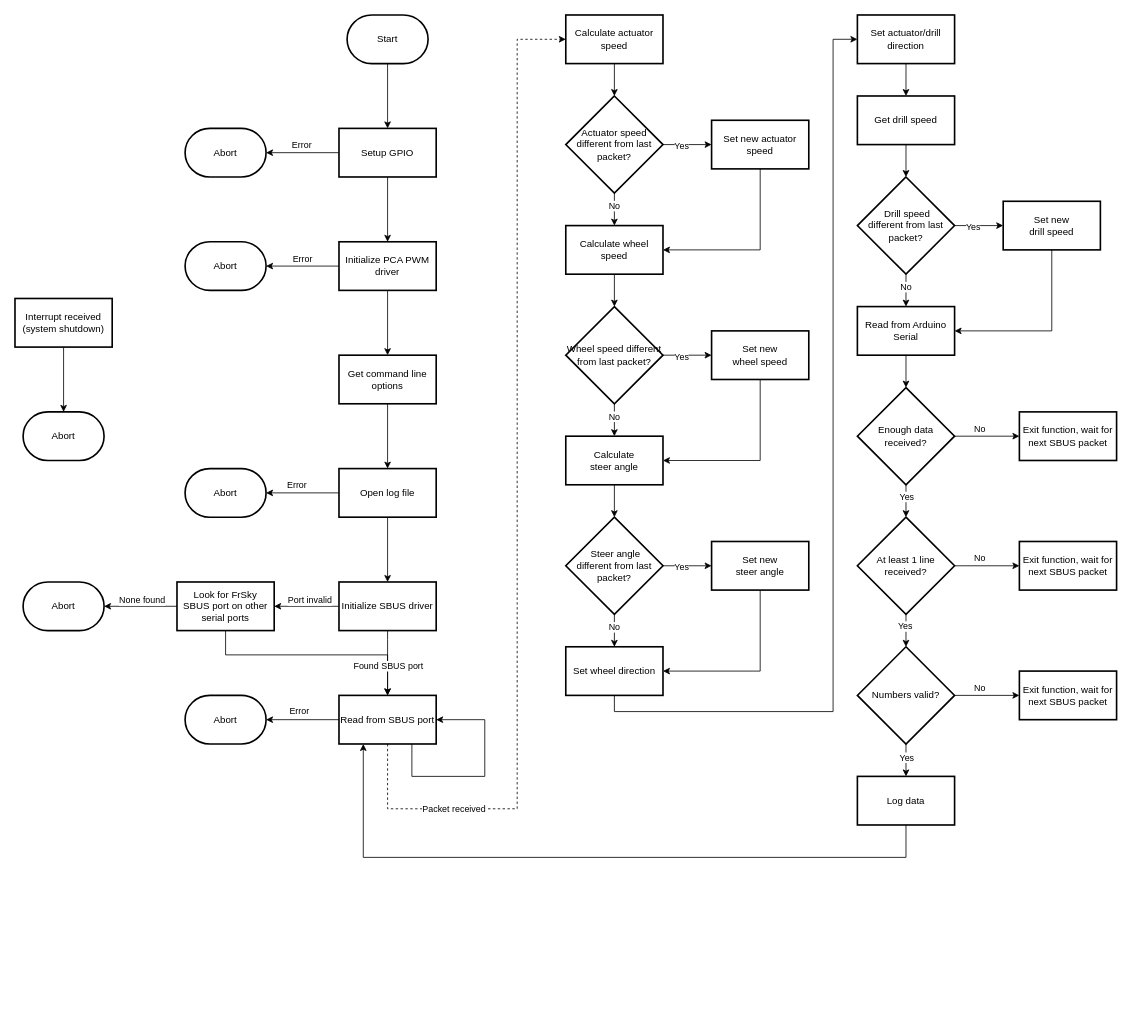
vrr8483/P21321 keeps this draw.io diagram as ROV Code overview.drawio. Above is the earlier version. Source tidied: cells renumbered, new cells numbered last; positions are measured from the earlier drawing's top-left corner, leaving out a move shared by most shapes. Both pictures are drawn from the tidied source at 81%, with x=0, y=0 at pixel (15, 15).
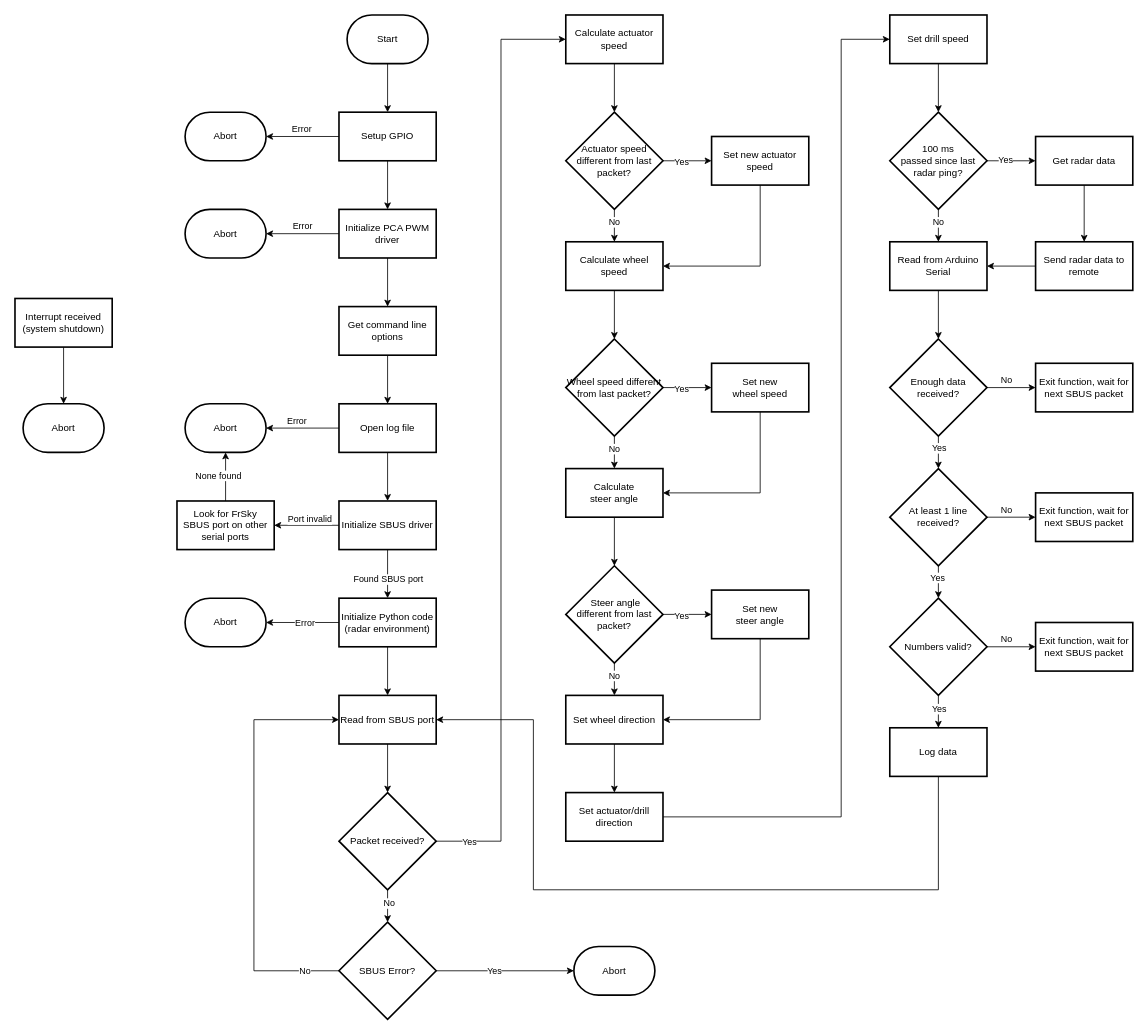
The same diagram, later.

Unchanged cells that the change refers to:
```xml
<mxCell id="33" value="Read from SBUS port" style="whiteSpace=wrap;html=1;strokeWidth=2;" parent="1" vertex="1">
  <mxGeometry x="400" y="840" width="120" height="60" as="geometry" />
</mxCell>
<mxCell id="35" value="Calculate actuator speed" style="whiteSpace=wrap;html=1;strokeWidth=2;" parent="1" vertex="1">
  <mxGeometry x="680" width="120" height="60" as="geometry" />
</mxCell>
<mxCell id="91" style="edgeStyle=orthogonalEdgeStyle;rounded=0;jettySize=auto;html=1;" parent="1" edge="1" source="94" target="96">
  <mxGeometry relative="1" as="geometry" />
</mxCell>
```

Diff of the diagram source:
```diff
@@
     <mxCell id="7" value="Setup GPIO" style="whiteSpace=wrap;html=1;strokeWidth=2;" parent="1" vertex="1">
-      <mxGeometry x="400" y="140" width="120" height="60" as="geometry" />
+      <mxGeometry x="400" y="120" width="120" height="60" as="geometry" />
     </mxCell>
     <mxCell id="8" value="Abort" style="strokeWidth=2;html=1;shape=mxgraph.flowchart.terminator;whiteSpace=wrap;" parent="1" vertex="1">
-      <mxGeometry x="210" y="140" width="100" height="60" as="geometry" />
+      <mxGeometry x="210" y="120" width="100" height="60" as="geometry" />
     </mxCell>
@@
     <mxCell id="12" value="Initialize PCA PWM driver" style="whiteSpace=wrap;html=1;strokeWidth=2;" parent="1" vertex="1">
-      <mxGeometry x="400" y="280" width="120" height="60" as="geometry" />
+      <mxGeometry x="400" y="240" width="120" height="60" as="geometry" />
     </mxCell>
     <mxCell id="13" value="Abort" style="strokeWidth=2;html=1;shape=mxgraph.flowchart.terminator;whiteSpace=wrap;" parent="1" vertex="1">
-      <mxGeometry x="210" y="280" width="100" height="60" as="geometry" />
+      <mxGeometry x="210" y="240" width="100" height="60" as="geometry" />
     </mxCell>
@@
     <mxCell id="15" value="Get command line options" style="whiteSpace=wrap;html=1;strokeWidth=2;" parent="1" vertex="1">
-      <mxGeometry x="400" y="420" width="120" height="60" as="geometry" />
+      <mxGeometry x="400" y="360" width="120" height="60" as="geometry" />
     </mxCell>
@@
     <mxCell id="19" value="Open log file" style="whiteSpace=wrap;html=1;strokeWidth=2;" parent="1" vertex="1">
-      <mxGeometry x="400" y="560" width="120" height="60" as="geometry" />
+      <mxGeometry x="400" y="480" width="120" height="60" as="geometry" />
     </mxCell>
     <mxCell id="20" value="Abort" style="strokeWidth=2;html=1;shape=mxgraph.flowchart.terminator;whiteSpace=wrap;" parent="1" vertex="1">
-      <mxGeometry x="210" y="560" width="100" height="60" as="geometry" />
+      <mxGeometry x="210" y="480" width="100" height="60" as="geometry" />
     </mxCell>
@@
     <mxCell id="23" value="Initialize SBUS driver" style="whiteSpace=wrap;html=1;strokeWidth=2;" parent="1" vertex="1">
-      <mxGeometry x="400" y="700" width="120" height="60" as="geometry" />
+      <mxGeometry x="400" y="600" width="120" height="60" as="geometry" />
     </mxCell>
-    <mxCell id="24" value="Abort" style="strokeWidth=2;html=1;shape=mxgraph.flowchart.terminator;whiteSpace=wrap;" parent="1" vertex="1">
-      <mxGeometry x="10" y="700" width="100" height="60" as="geometry" />
-    </mxCell>
-    <mxCell id="25" style="edgeStyle=orthogonalEdgeStyle;rounded=0;jettySize=auto;html=1;exitX=0;exitY=0.5;exitDx=0;exitDy=0;" parent="1" edge="1" source="28" target="24">
+    <mxCell id="25" style="edgeStyle=orthogonalEdgeStyle;rounded=0;jettySize=auto;html=1;exitX=0.5;exitY=0;exitDx=0;exitDy=0;entryX=0.5;entryY=1;entryDx=0;entryDy=0;entryPerimeter=0;" parent="1" edge="1" source="28" target="20">
       <mxGeometry relative="1" as="geometry" />
     </mxCell>
@@
-    <mxCell id="27" style="edgeStyle=orthogonalEdgeStyle;rounded=0;jettySize=auto;html=1;entryX=0.5;entryY=0;entryDx=0;entryDy=0;exitX=0.5;exitY=1;exitDx=0;exitDy=0;" parent="1" edge="1" source="28" target="33">
-      <mxGeometry relative="1" as="geometry">
-        <Array as="points">
-          <mxPoint x="260" y="790" />
-          <mxPoint x="460" y="790" />
-        </Array>
-      </mxGeometry>
-    </mxCell>
     <mxCell id="28" value="&lt;div&gt;Look for FrSky &lt;br&gt;&lt;/div&gt;&lt;div&gt;SBUS port on other serial ports&lt;/div&gt;" style="whiteSpace=wrap;html=1;strokeWidth=2;" parent="1" vertex="1">
-      <mxGeometry x="200" y="700" width="120" height="60" as="geometry" />
+      <mxGeometry x="200" y="600" width="120" height="60" as="geometry" />
     </mxCell>
-    <mxCell id="29" style="edgeStyle=orthogonalEdgeStyle;rounded=0;jettySize=auto;html=1;dashed=1;exitX=0.5;exitY=1;exitDx=0;exitDy=0;" parent="1" edge="1" source="33" target="35">
-      <mxGeometry relative="1" as="geometry">
-        <Array as="points">
-          <mxPoint x="460" y="980" />
-          <mxPoint x="620" y="980" />
-          <mxPoint x="620" y="30" />
-        </Array>
-      </mxGeometry>
-    </mxCell>
-    <mxCell id="30" value="Packet received" style="edgeLabel;html=1;align=center;verticalAlign=middle;" parent="29" vertex="1">
-      <mxGeometry x="-0.7" y="-1" relative="1" as="geometry">
-        <mxPoint x="-27" y="-1" as="offset" />
-      </mxGeometry>
-    </mxCell>
-    <mxCell id="31" style="edgeStyle=orthogonalEdgeStyle;rounded=0;jettySize=auto;html=1;" parent="1" edge="1" source="33" target="36">
-      <mxGeometry relative="1" as="geometry" />
-    </mxCell>
-    <mxCell id="32" value="Error" style="edgeLabel;html=1;align=center;verticalAlign=middle;" parent="31" vertex="1">
-      <mxGeometry x="-0.27" y="-1" relative="1" as="geometry">
-        <mxPoint x="-17" y="-11" as="offset" />
-      </mxGeometry>
-    </mxCell>
+    <mxCell id="99" style="edgeStyle=orthogonalEdgeStyle;rounded=0;jettySize=auto;html=1;entryX=0.5;entryY=0;entryDx=0;entryDy=0;" parent="1" edge="1" source="33" target="107">
+      <mxGeometry relative="1" as="geometry" />
+    </mxCell>
@@
     <mxCell id="36" value="Abort" style="strokeWidth=2;html=1;shape=mxgraph.flowchart.terminator;whiteSpace=wrap;" parent="1" vertex="1">
-      <mxGeometry x="210" y="840" width="100" height="60" as="geometry" />
+      <mxGeometry x="690" y="1150" width="100" height="60" as="geometry" />
     </mxCell>
-    <mxCell id="37" style="edgeStyle=orthogonalEdgeStyle;rounded=0;orthogonalLoop=1;jettySize=auto;html=1;exitX=0.75;exitY=1;exitDx=0;exitDy=0;entryX=1;entryY=0.5;entryDx=0;entryDy=0;" parent="1" edge="1" source="33" target="33">
-      <mxGeometry relative="1" as="geometry">
-        <Array as="points">
-          <mxPoint x="490" y="940" />
-          <mxPoint x="580" y="940" />
-          <mxPoint x="580" y="870" />
-        </Array>
-      </mxGeometry>
-    </mxCell>
@@
     <mxCell id="40" value="Abort" style="strokeWidth=2;html=1;shape=mxgraph.flowchart.terminator;whiteSpace=wrap;" parent="1" vertex="1">
-      <mxGeometry x="10" y="490" width="100" height="60" as="geometry" />
+      <mxGeometry x="10" y="480" width="100" height="60" as="geometry" />
     </mxCell>
@@
     <mxCell id="45" value="Enough data received?" style="rhombus;whiteSpace=wrap;html=1;strokeWidth=2;" parent="1" vertex="1">
-      <mxGeometry x="1040" y="460" width="120" height="120" as="geometry" />
+      <mxGeometry x="1080" y="400" width="120" height="120" as="geometry" />
     </mxCell>
     <mxCell id="46" value="Exit function, wait for next SBUS packet" style="whiteSpace=wrap;html=1;strokeWidth=2;" parent="1" vertex="1">
-      <mxGeometry x="1240" y="490" width="120" height="60" as="geometry" />
+      <mxGeometry x="1260" y="430" width="120" height="60" as="geometry" />
     </mxCell>
@@
     <mxCell id="49" value="At least 1 line received?" style="rhombus;whiteSpace=wrap;html=1;strokeWidth=2;" parent="1" vertex="1">
-      <mxGeometry x="1040" y="620" width="120" height="120" as="geometry" />
+      <mxGeometry x="1080" y="560" width="120" height="120" as="geometry" />
     </mxCell>
@@
     <mxCell id="52" value="Exit function, wait for next SBUS packet" style="whiteSpace=wrap;html=1;strokeWidth=2;" parent="1" vertex="1">
-      <mxGeometry x="1240" y="650" width="120" height="60" as="geometry" />
+      <mxGeometry x="1260" y="590" width="120" height="60" as="geometry" />
     </mxCell>
@@
     <mxCell id="55" value="Numbers valid?" style="rhombus;whiteSpace=wrap;html=1;strokeWidth=2;" parent="1" vertex="1">
-      <mxGeometry x="1040" y="780" width="120" height="120" as="geometry" />
+      <mxGeometry x="1080" y="720" width="120" height="120" as="geometry" />
     </mxCell>
@@
     <mxCell id="58" value="Exit function, wait for next SBUS packet" style="whiteSpace=wrap;html=1;strokeWidth=2;" parent="1" vertex="1">
-      <mxGeometry x="1240" y="810" width="120" height="60" as="geometry" />
+      <mxGeometry x="1260" y="750" width="120" height="60" as="geometry" />
     </mxCell>
-    <mxCell id="59" style="edgeStyle=orthogonalEdgeStyle;rounded=0;jettySize=auto;html=1;entryX=0.25;entryY=1;entryDx=0;entryDy=0;exitX=0.5;exitY=1;exitDx=0;exitDy=0;" parent="1" edge="1" source="60" target="33">
+    <mxCell id="59" style="edgeStyle=orthogonalEdgeStyle;rounded=0;jettySize=auto;html=1;entryX=1;entryY=0.5;entryDx=0;entryDy=0;exitX=0.5;exitY=1;exitDx=0;exitDy=0;" parent="1" edge="1" source="60" target="33">
       <mxGeometry relative="1" as="geometry">
         <Array as="points">
-          <mxPoint x="1100" y="1040" />
-          <mxPoint x="430" y="1040" />
+          <mxPoint x="1140" y="1080" />
+          <mxPoint x="640" y="1080" />
+          <mxPoint x="640" y="870" />
         </Array>
       </mxGeometry>
     </mxCell>
     <mxCell id="60" value="Log data" style="whiteSpace=wrap;html=1;strokeWidth=2;" parent="1" vertex="1">
-      <mxGeometry x="1040" y="940" width="120" height="60" as="geometry" />
+      <mxGeometry x="1080" y="880" width="120" height="60" as="geometry" />
     </mxCell>
-    <mxCell id="61" style="edgeStyle=orthogonalEdgeStyle;rounded=0;jettySize=auto;html=1;" parent="1" edge="1" source="23" target="33">
-      <mxGeometry relative="1" as="geometry">
-        <Array as="points">
-          <mxPoint x="460" y="771" />
-          <mxPoint x="460" y="771" />
-        </Array>
-      </mxGeometry>
+    <mxCell id="61" style="edgeStyle=orthogonalEdgeStyle;rounded=0;jettySize=auto;html=1;entryX=0.5;entryY=0;entryDx=0;entryDy=0;" parent="1" edge="1" source="23" target="115">
+      <mxGeometry relative="1" as="geometry" />
     </mxCell>
@@
     <mxCell id="66" value="Actuator speed different from last packet?" style="rhombus;whiteSpace=wrap;html=1;strokeWidth=2;" parent="1" vertex="1">
-      <mxGeometry x="680" y="100" width="120" height="120" as="geometry" />
+      <mxGeometry x="680" y="120" width="120" height="120" as="geometry" />
     </mxCell>
@@
     <mxCell id="68" value="Set new actuator speed" style="whiteSpace=wrap;html=1;strokeWidth=2;" parent="1" vertex="1">
-      <mxGeometry x="860" y="130" width="120" height="60" as="geometry" />
+      <mxGeometry x="860" y="150" width="120" height="60" as="geometry" />
     </mxCell>
@@
     <mxCell id="70" value="Calculate wheel speed" style="whiteSpace=wrap;html=1;strokeWidth=2;" parent="1" vertex="1">
-      <mxGeometry x="680" y="260" width="120" height="60" as="geometry" />
+      <mxGeometry x="680" y="280" width="120" height="60" as="geometry" />
     </mxCell>
@@
     <mxCell id="74" value="Wheel speed different from last packet?" style="rhombus;whiteSpace=wrap;html=1;strokeWidth=2;" parent="1" vertex="1">
-      <mxGeometry x="680" y="360" width="120" height="120" as="geometry" />
+      <mxGeometry x="680" y="400" width="120" height="120" as="geometry" />
     </mxCell>
@@
     <mxCell id="76" value="&lt;div&gt;Set new &lt;br&gt;&lt;/div&gt;&lt;div&gt;wheel speed&lt;/div&gt;" style="whiteSpace=wrap;html=1;strokeWidth=2;" parent="1" vertex="1">
-      <mxGeometry x="860" y="390" width="120" height="60" as="geometry" />
+      <mxGeometry x="860" y="430" width="120" height="60" as="geometry" />
     </mxCell>
@@
     <mxCell id="78" value="&lt;div&gt;Calculate &lt;br&gt;&lt;/div&gt;&lt;div&gt;steer angle&lt;/div&gt;" style="whiteSpace=wrap;html=1;strokeWidth=2;" parent="1" vertex="1">
-      <mxGeometry x="680" y="520" width="120" height="60" as="geometry" />
+      <mxGeometry x="680" y="560" width="120" height="60" as="geometry" />
     </mxCell>
@@
     <mxCell id="82" value="&lt;div&gt;&amp;nbsp;Steer angle &lt;br&gt;&lt;/div&gt;&lt;div&gt;different from last packet?&lt;/div&gt;" style="rhombus;whiteSpace=wrap;html=1;strokeWidth=2;" parent="1" vertex="1">
-      <mxGeometry x="680" y="620" width="120" height="120" as="geometry" />
+      <mxGeometry x="680" y="680" width="120" height="120" as="geometry" />
     </mxCell>
@@
     <mxCell id="84" value="&lt;div&gt;Set new &lt;br&gt;&lt;/div&gt;&lt;div&gt;steer angle&lt;/div&gt;" style="whiteSpace=wrap;html=1;strokeWidth=2;" parent="1" vertex="1">
-      <mxGeometry x="860" y="650" width="120" height="60" as="geometry" />
+      <mxGeometry x="860" y="710" width="120" height="60" as="geometry" />
     </mxCell>
-    <mxCell id="85" style="edgeStyle=orthogonalEdgeStyle;rounded=0;jettySize=auto;html=1;exitX=0.5;exitY=1;exitDx=0;exitDy=0;" parent="1" edge="1" source="86" target="88">
-      <mxGeometry relative="1" as="geometry">
-        <Array as="points">
-          <mxPoint x="740" y="860" />
-          <mxPoint x="1010" y="860" />
-          <mxPoint x="1010" y="30" />
-        </Array>
-      </mxGeometry>
+    <mxCell id="85" style="edgeStyle=orthogonalEdgeStyle;rounded=0;jettySize=auto;html=1;" parent="1" edge="1" source="86" target="88">
+      <mxGeometry relative="1" as="geometry" />
     </mxCell>
     <mxCell id="86" value="&lt;div&gt;Set wheel direction&lt;br&gt;&lt;/div&gt;" style="whiteSpace=wrap;html=1;strokeWidth=2;" parent="1" vertex="1">
-      <mxGeometry x="680" y="780" width="120" height="60" as="geometry" />
+      <mxGeometry x="680" y="840" width="120" height="60" as="geometry" />
     </mxCell>
-    <mxCell id="87" style="edgeStyle=orthogonalEdgeStyle;rounded=0;jettySize=auto;html=1;" parent="1" edge="1" source="88" target="90">
-      <mxGeometry relative="1" as="geometry" />
+    <mxCell id="87" style="edgeStyle=orthogonalEdgeStyle;rounded=0;jettySize=auto;html=1;entryX=0;entryY=0.5;entryDx=0;entryDy=0;" parent="1" edge="1" source="88" target="90">
+      <mxGeometry relative="1" as="geometry">
+        <Array as="points">
+          <mxPoint x="1020" y="990" />
+          <mxPoint x="1020" y="30" />
+        </Array>
+      </mxGeometry>
     </mxCell>
     <mxCell id="88" value="&lt;div&gt;Set actuator/drill direction&lt;/div&gt;" style="whiteSpace=wrap;html=1;strokeWidth=2;" parent="1" vertex="1">
-      <mxGeometry x="1040" width="120" height="60" as="geometry" />
+      <mxGeometry x="680" y="960" width="120" height="60" as="geometry" />
     </mxCell>
@@
-    <mxCell id="90" value="Get drill speed" style="whiteSpace=wrap;html=1;strokeWidth=2;" parent="1" vertex="1">
-      <mxGeometry x="1040" y="100" width="120" height="60" as="geometry" />
+    <mxCell id="90" value="Set drill speed" style="whiteSpace=wrap;html=1;strokeWidth=2;" parent="1" vertex="1">
+      <mxGeometry x="1080" width="120" height="60" as="geometry" />
     </mxCell>
@@
     <mxCell id="92" value="Yes" style="edgeLabel;html=1;align=center;verticalAlign=middle;" parent="91" vertex="1">
-      <mxGeometry x="-0.28" y="-1" relative="1" as="geometry" />
+      <mxGeometry x="-0.28" y="-1" relative="1" as="geometry">
+        <mxPoint y="-3" as="offset" />
+      </mxGeometry>
     </mxCell>
@@
-    <mxCell id="94" value="&lt;div&gt;&amp;nbsp;Drill speed &lt;br&gt;&lt;/div&gt;&lt;div&gt;different from last packet?&lt;/div&gt;" style="rhombus;whiteSpace=wrap;html=1;strokeWidth=2;" parent="1" vertex="1">
-      <mxGeometry x="1040" y="200" width="120" height="120" as="geometry" />
+    <mxCell id="94" value="&lt;div&gt;100 ms &lt;br&gt;&lt;/div&gt;&lt;div&gt;passed since last radar ping?&lt;/div&gt;" style="rhombus;whiteSpace=wrap;html=1;strokeWidth=2;" parent="1" vertex="1">
+      <mxGeometry x="1080" y="120" width="120" height="120" as="geometry" />
     </mxCell>
-    <mxCell id="95" style="edgeStyle=orthogonalEdgeStyle;rounded=0;jettySize=auto;html=1;entryX=1;entryY=0.5;entryDx=0;entryDy=0;exitX=0.5;exitY=1;exitDx=0;exitDy=0;" parent="1" edge="1" source="96" target="98">
-      <mxGeometry relative="1" as="geometry" />
-    </mxCell>
+    <mxCell id="100" style="edgeStyle=orthogonalEdgeStyle;rounded=0;jettySize=auto;html=1;" parent="1" edge="1" source="96" target="102">
+      <mxGeometry relative="1" as="geometry" />
+    </mxCell>
-    <mxCell id="96" value="&lt;div&gt;Set new &lt;br&gt;&lt;/div&gt;&lt;div&gt;drill speed&lt;br&gt;&lt;/div&gt;" style="whiteSpace=wrap;html=1;strokeWidth=2;" parent="1" vertex="1">
-      <mxGeometry x="1220" y="230" width="120" height="60" as="geometry" />
+    <mxCell id="96" value="Get radar data" style="whiteSpace=wrap;html=1;strokeWidth=2;" parent="1" vertex="1">
+      <mxGeometry x="1260" y="150" width="120" height="60" as="geometry" />
     </mxCell>
@@
     <mxCell id="98" value="Read from Arduino Serial" style="whiteSpace=wrap;html=1;strokeWidth=2;" parent="1" vertex="1">
-      <mxGeometry x="1040" y="360" width="120" height="60" as="geometry" />
+      <mxGeometry x="1080" y="280" width="120" height="60" as="geometry" />
     </mxCell>
+    <mxCell id="101" style="edgeStyle=orthogonalEdgeStyle;rounded=0;jettySize=auto;html=1;" parent="1" edge="1" source="102" target="98">
+      <mxGeometry relative="1" as="geometry" />
+    </mxCell>
+    <mxCell id="102" value="Send radar data to remote" style="whiteSpace=wrap;html=1;strokeWidth=2;" parent="1" vertex="1">
+      <mxGeometry x="1260" y="280" width="120" height="60" as="geometry" />
+    </mxCell>
+    <mxCell id="103" style="edgeStyle=orthogonalEdgeStyle;rounded=0;jettySize=auto;html=1;entryX=0;entryY=0.5;entryDx=0;entryDy=0;exitX=1;exitY=0.5;exitDx=0;exitDy=0;" parent="1" edge="1" source="107" target="35">
+      <mxGeometry relative="1" as="geometry" />
+    </mxCell>
+    <mxCell id="104" value="Yes" style="edgeLabel;html=1;align=center;verticalAlign=middle;" parent="103" vertex="1">
+      <mxGeometry x="-0.89" relative="1" as="geometry">
+        <mxPoint x="-23" as="offset" />
+      </mxGeometry>
+    </mxCell>
+    <mxCell id="105" style="edgeStyle=orthogonalEdgeStyle;rounded=0;jettySize=auto;html=1;" parent="1" edge="1" source="107" target="112">
+      <mxGeometry relative="1" as="geometry" />
+    </mxCell>
+    <mxCell id="106" value="No" style="edgeLabel;html=1;align=center;verticalAlign=middle;" parent="105" vertex="1">
+      <mxGeometry x="-0.21" y="1" relative="1" as="geometry" />
+    </mxCell>
+    <mxCell id="107" value="Packet received?" style="rhombus;whiteSpace=wrap;html=1;strokeWidth=2;" parent="1" vertex="1">
+      <mxGeometry x="400" y="960" width="120" height="120" as="geometry" />
+    </mxCell>
+    <mxCell id="108" style="edgeStyle=orthogonalEdgeStyle;rounded=0;jettySize=auto;html=1;entryX=0;entryY=0.5;entryDx=0;entryDy=0;entryPerimeter=0;" parent="1" edge="1" source="112" target="36">
+      <mxGeometry relative="1" as="geometry" />
+    </mxCell>
+    <mxCell id="109" value="Yes" style="edgeLabel;html=1;align=center;verticalAlign=middle;" parent="108" vertex="1">
+      <mxGeometry x="-0.78" relative="1" as="geometry">
+        <mxPoint x="52" as="offset" />
+      </mxGeometry>
+    </mxCell>
+    <mxCell id="110" style="edgeStyle=orthogonalEdgeStyle;rounded=0;jettySize=auto;html=1;exitX=0;exitY=0.5;exitDx=0;exitDy=0;entryX=0;entryY=0.5;entryDx=0;entryDy=0;" parent="1" edge="1" source="112" target="33">
+      <mxGeometry relative="1" as="geometry">
+        <Array as="points">
+          <mxPoint x="295" y="1180" />
+          <mxPoint x="295" y="870" />
+        </Array>
+      </mxGeometry>
+    </mxCell>
+    <mxCell id="111" value="No" style="edgeLabel;html=1;align=center;verticalAlign=middle;" parent="110" vertex="1">
+      <mxGeometry x="-0.65" y="-2" relative="1" as="geometry">
+        <mxPoint x="48" y="2" as="offset" />
+      </mxGeometry>
+    </mxCell>
+    <mxCell id="112" value="SBUS Error?" style="rhombus;whiteSpace=wrap;html=1;strokeWidth=2;" parent="1" vertex="1">
+      <mxGeometry x="400" y="1120" width="120" height="120" as="geometry" />
+    </mxCell>
+    <mxCell id="113" style="edgeStyle=orthogonalEdgeStyle;rounded=0;jettySize=auto;html=1;" parent="1" edge="1" source="115" target="33">
+      <mxGeometry relative="1" as="geometry" />
+    </mxCell>
+    <mxCell id="114" style="edgeStyle=orthogonalEdgeStyle;rounded=0;jettySize=auto;html=1;entryX=1;entryY=0.5;entryDx=0;entryDy=0;entryPerimeter=0;" parent="1" edge="1" source="115" target="24">
+      <mxGeometry relative="1" as="geometry" />
+    </mxCell>
+    <mxCell id="32" value="Error" style="edgeLabel;html=1;align=center;verticalAlign=middle;" parent="114" vertex="1">
+      <mxGeometry x="-0.27" relative="1" as="geometry">
+        <mxPoint x="-10" as="offset" />
+      </mxGeometry>
+    </mxCell>
+    <mxCell id="115" value="Initialize Python code (radar environment)" style="whiteSpace=wrap;html=1;strokeWidth=2;" parent="1" vertex="1">
+      <mxGeometry x="400" y="720" width="120" height="60" as="geometry" />
+    </mxCell>
+    <mxCell id="24" value="Abort" style="strokeWidth=2;html=1;shape=mxgraph.flowchart.terminator;whiteSpace=wrap;" parent="1" vertex="1">
+      <mxGeometry x="210" y="720" width="100" height="60" as="geometry" />
+    </mxCell>
```
